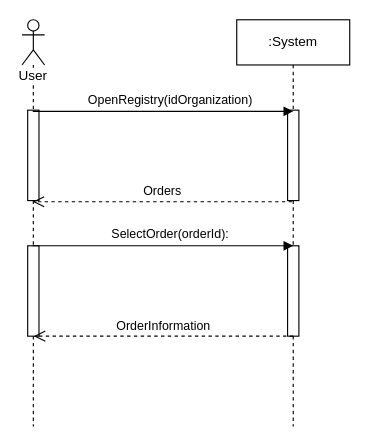
Above: Lab3/Бугаков/3Прецедент.drawio in denissfloww/Information-systems-design (draw.io), before the change. Source tidied: cells renumbered, new cells numbered last; positions are measured from the earlier drawing's top-left corner, leaving out a move shared by most shapes. Both pictures are drawn from the tidied source at 113%, with x=0, y=0 at pixel (21, 19).
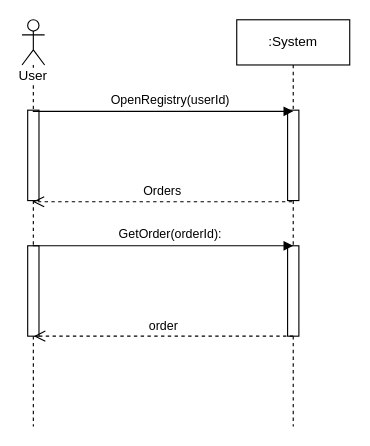
Above is the later version.

Diff of the diagram source:
```diff
@@
 <mxGraphModel>
   <root>
     <mxCell id="0" />
     <mxCell id="1" parent="0" />
     <mxCell id="2" value="User" style="shape=umlLifeline;participant=umlActor;perimeter=lifelinePerimeter;whiteSpace=wrap;html=1;verticalAlign=top;spacingTop=36;labelBackgroundColor=#ffffff;outlineConnect=0;" parent="1" vertex="1">
       <mxGeometry width="20" height="360" as="geometry" />
     </mxCell>
     <mxCell id="3" style="html=1;perimeter=orthogonalPerimeter;" parent="2" vertex="1">
       <mxGeometry x="5" y="80" width="10" height="80" as="geometry" />
     </mxCell>
     <mxCell id="4" style="html=1;perimeter=orthogonalPerimeter;" parent="2" vertex="1">
       <mxGeometry x="5" y="200" width="10" height="80" as="geometry" />
     </mxCell>
     <mxCell id="5" value=":System" style="shape=umlLifeline;perimeter=lifelinePerimeter;whiteSpace=wrap;html=1;" parent="1" vertex="1">
       <mxGeometry x="190" width="100" height="360" as="geometry" />
     </mxCell>
     <mxCell id="6" style="html=1;points=[];perimeter=orthogonalPerimeter;" parent="5" vertex="1">
       <mxGeometry x="45" y="80" width="10" height="80" as="geometry" />
     </mxCell>
     <mxCell id="7" style="html=1;perimeter=orthogonalPerimeter;" parent="5" vertex="1">
       <mxGeometry x="45" y="200" width="10" height="80" as="geometry" />
     </mxCell>
-    <mxCell id="8" value="&lt;span lang=&quot;EN-US&quot;&gt;OpenRegistry(idOrganization)&lt;/span&gt;" style="html=1;verticalAlign=bottom;endArrow=block;entryX=0.5;entryY=0.013;entryDx=0;entryDy=0;entryPerimeter=0;" parent="1" edge="1" source="2" target="6">
+    <mxCell id="8" value="&lt;span lang=&quot;EN-US&quot;&gt;OpenRegistry(userId)&lt;/span&gt;" style="html=1;verticalAlign=bottom;endArrow=block;entryX=0.5;entryY=0.013;entryDx=0;entryDy=0;entryPerimeter=0;" parent="1" edge="1" source="2" target="6">
       <mxGeometry x="0.05" y="1" relative="1" as="geometry" />
     </mxCell>
     <mxCell id="9" value="Orders" style="html=1;verticalAlign=bottom;endArrow=open;dashed=1;endSize=8;exitX=0.4;exitY=1.013;exitDx=0;exitDy=0;exitPerimeter=0;" parent="1" edge="1" source="6" target="2">
       <mxGeometry relative="1" as="geometry" />
     </mxCell>
-    <mxCell id="10" value="SelectOrder(orderId):" style="html=1;verticalAlign=bottom;endArrow=block;entryX=0.5;entryY=0.013;entryDx=0;entryDy=0;entryPerimeter=0;" parent="1" edge="1">
+    <mxCell id="10" value="GetOrder(orderId):" style="html=1;verticalAlign=bottom;endArrow=block;entryX=0.5;entryY=0.013;entryDx=0;entryDy=0;entryPerimeter=0;" parent="1" edge="1">
       <mxGeometry x="0.05" y="1" relative="1" as="geometry">
         <mxPoint x="9.5" y="200" as="sourcePoint" />
         <mxPoint x="240" y="200" as="targetPoint" />
       </mxGeometry>
     </mxCell>
-    <mxCell id="11" value="OrderInformation" style="html=1;verticalAlign=bottom;endArrow=open;dashed=1;endSize=8;exitX=0.4;exitY=1.013;exitDx=0;exitDy=0;exitPerimeter=0;" parent="1" edge="1">
+    <mxCell id="11" value="order" style="html=1;verticalAlign=bottom;endArrow=open;dashed=1;endSize=8;exitX=0.4;exitY=1.013;exitDx=0;exitDy=0;exitPerimeter=0;" parent="1" edge="1">
       <mxGeometry relative="1" as="geometry">
         <mxPoint x="240" y="280" as="sourcePoint" />
         <mxPoint x="10.5" y="280" as="targetPoint" />
       </mxGeometry>
     </mxCell>
   </root>
 </mxGraphModel>
```
